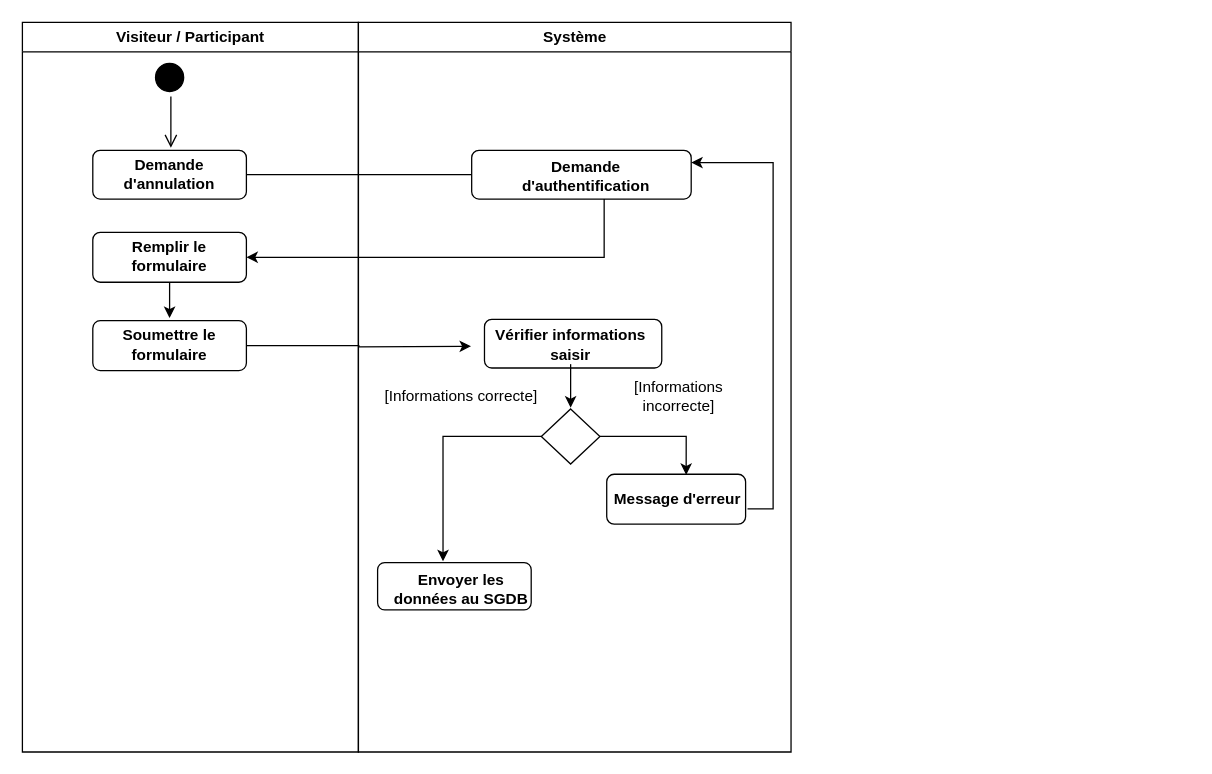
The draw.io diagram act4.drawio in louis-fresnel99/TpGasaL1, before the edit. Source tidied: cells renumbered, new cells numbered last; positions are measured from the earlier drawing's top-left corner, leaving out a move shared by most shapes. Both pictures are drawn from the tidied source at 128%, with x=0, y=0 at pixel (22, 22).
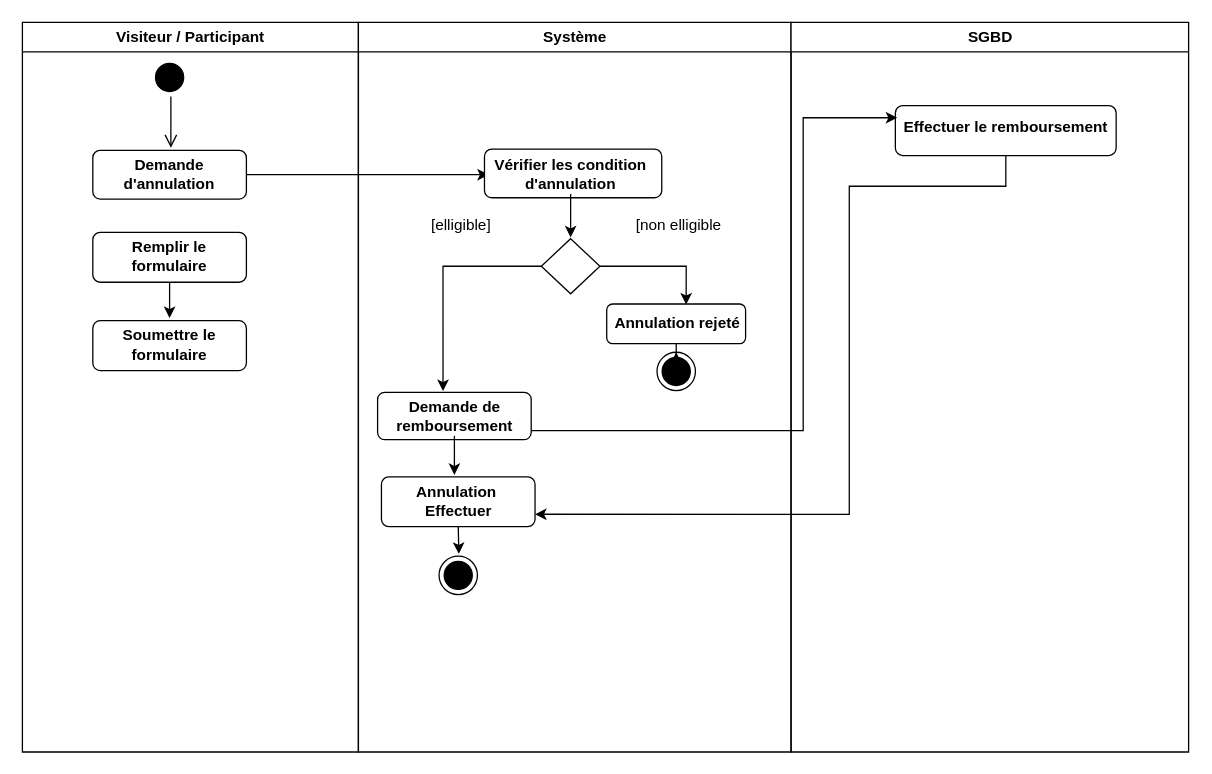
The same page after the edit.

Commit message (it also covers changes not shown here):
Mettre à jour act4.drawio

Unchanged cells that the change refers to:
```xml
<mxCell id="2" value="Visiteur / Participant" style="swimlane;whiteSpace=wrap;" parent="1" vertex="1">
  <mxGeometry width="262.5" height="570" as="geometry" />
</mxCell>
<mxCell id="9" style="rounded=1;whiteSpace=wrap;html=1;" parent="2" vertex="1">
  <mxGeometry x="55" y="164" width="120" height="39" as="geometry" />
</mxCell>
<mxCell id="12" style="rounded=1;whiteSpace=wrap;html=1;" parent="2" vertex="1">
  <mxGeometry x="55" y="233" width="120" height="39" as="geometry" />
</mxCell>
<mxCell id="14" value="Système" style="swimlane;whiteSpace=wrap;" parent="1" vertex="1">
  <mxGeometry x="262.5" width="338" height="570" as="geometry" />
</mxCell>
```

Diff of the diagram source:
```diff
@@
-    <mxCell id="11" style="edgeStyle=orthogonalEdgeStyle;rounded=0;jettySize=auto;html=1;" parent="2" edge="1" source="12">
-      <mxGeometry relative="1" as="geometry">
-        <mxPoint x="350.5" y="253" as="targetPoint" />
-      </mxGeometry>
-    </mxCell>
@@
-    <mxCell id="15" style="rounded=1;whiteSpace=wrap;html=1;" parent="14" vertex="1">
-      <mxGeometry x="88.5" y="100" width="171.5" height="38" as="geometry" />
-    </mxCell>
-    <mxCell id="16" value="&lt;b&gt;Demande d'authentification&lt;/b&gt;" style="text;html=1;align=center;verticalAlign=middle;whiteSpace=wrap;rounded=0;" parent="14" vertex="1">
-      <mxGeometry x="115.5" y="105" width="124.5" height="30" as="geometry" />
-    </mxCell>
     <mxCell id="17" style="rounded=1;whiteSpace=wrap;html=1;" parent="14" vertex="1">
-      <mxGeometry x="98.5" y="232" width="138.5" height="38" as="geometry" />
+      <mxGeometry x="98.5" y="99" width="138.5" height="38" as="geometry" />
     </mxCell>
     <mxCell id="18" style="edgeStyle=orthogonalEdgeStyle;rounded=0;jettySize=auto;html=1;" parent="14" edge="1" source="19">
       <mxGeometry relative="1" as="geometry">
-        <mxPoint x="165.8" y="301" as="targetPoint" />
+        <mxPoint x="165.8" y="168" as="targetPoint" />
       </mxGeometry>
     </mxCell>
-    <mxCell id="19" value="&lt;b&gt;Vérifier informations saisir&lt;/b&gt;" style="text;html=1;align=center;verticalAlign=middle;whiteSpace=wrap;rounded=0;" parent="14" vertex="1">
-      <mxGeometry x="103.5" y="237" width="124.5" height="30" as="geometry" />
+    <mxCell id="19" value="&lt;b&gt;Vérifier les condition d'annulation&lt;/b&gt;" style="text;html=1;align=center;verticalAlign=middle;whiteSpace=wrap;rounded=0;" parent="14" vertex="1">
+      <mxGeometry x="103.5" y="104" width="124.5" height="30" as="geometry" />
     </mxCell>
@@
     <mxCell id="21" style="rhombus;whiteSpace=wrap;html=1;" parent="14" vertex="1">
-      <mxGeometry x="142.9" y="302" width="45.8" height="43" as="geometry" />
+      <mxGeometry x="142.9" y="169" width="45.8" height="43" as="geometry" />
     </mxCell>
     <mxCell id="22" style="rounded=1;whiteSpace=wrap;html=1;" parent="14" vertex="1">
-      <mxGeometry x="194" y="353" width="108.5" height="39" as="geometry" />
+      <mxGeometry x="194" y="220" width="108.5" height="31" as="geometry" />
     </mxCell>
@@
-    <mxCell id="24" style="edgeStyle=orthogonalEdgeStyle;rounded=0;jettySize=auto;html=1;entryX=1;entryY=0.25;entryDx=0;entryDy=0;exitX=1;exitY=0.75;exitDx=0;exitDy=0;" parent="14" edge="1" source="25" target="15">
-      <mxGeometry relative="1" as="geometry" />
-    </mxCell>
-    <mxCell id="25" value="&lt;b&gt;Message d'erreur&lt;/b&gt;" style="text;html=1;align=center;verticalAlign=middle;whiteSpace=wrap;rounded=0;" parent="14" vertex="1">
-      <mxGeometry x="194" y="357.5" width="110" height="30" as="geometry" />
+    <mxCell id="25" value="&lt;b&gt;Annulation rejeté&lt;/b&gt;" style="text;html=1;align=center;verticalAlign=middle;whiteSpace=wrap;rounded=0;" parent="14" vertex="1">
+      <mxGeometry x="194" y="219.5" width="110" height="30" as="geometry" />
     </mxCell>
-    <mxCell id="26" value="[Informations correcte]" style="text;html=1;align=center;verticalAlign=middle;whiteSpace=wrap;rounded=0;" parent="14" vertex="1">
-      <mxGeometry x="18" y="277" width="124" height="30" as="geometry" />
+    <mxCell id="26" value="[elligible]" style="text;html=1;align=center;verticalAlign=middle;whiteSpace=wrap;rounded=0;" parent="14" vertex="1">
+      <mxGeometry x="18" y="144" width="124" height="30" as="geometry" />
     </mxCell>
-    <mxCell id="27" value="[Informations incorrecte]" style="text;html=1;align=center;verticalAlign=middle;whiteSpace=wrap;rounded=0;" parent="14" vertex="1">
-      <mxGeometry x="188.6" y="277" width="124" height="30" as="geometry" />
+    <mxCell id="27" value="[non elligible" style="text;html=1;align=center;verticalAlign=middle;whiteSpace=wrap;rounded=0;" parent="14" vertex="1">
+      <mxGeometry x="188.6" y="144" width="124" height="30" as="geometry" />
     </mxCell>
     <mxCell id="28" style="rounded=1;whiteSpace=wrap;html=1;" parent="14" vertex="1">
-      <mxGeometry x="15" y="422" width="120" height="37" as="geometry" />
+      <mxGeometry x="15" y="289" width="120" height="37" as="geometry" />
     </mxCell>
+    <mxCell id="31" style="edgeStyle=orthogonalEdgeStyle;rounded=0;jettySize=auto;html=1;" parent="14" edge="1" source="29">
+      <mxGeometry relative="1" as="geometry">
+        <mxPoint x="75" y="353.5" as="targetPoint" />
+      </mxGeometry>
+    </mxCell>
-    <mxCell id="29" value="&lt;b&gt;Envoyer les données au SGDB&lt;/b&gt;" style="text;html=1;align=center;verticalAlign=middle;whiteSpace=wrap;rounded=0;" parent="14" vertex="1">
-      <mxGeometry x="25" y="428" width="110" height="30" as="geometry" />
+    <mxCell id="29" value="&lt;b&gt;Demande de remboursement&lt;/b&gt;" style="text;html=1;align=center;verticalAlign=middle;whiteSpace=wrap;rounded=0;" parent="14" vertex="1">
+      <mxGeometry x="20" y="293" width="110" height="30" as="geometry" />
     </mxCell>
-    <mxCell id="30" style="edgeStyle=orthogonalEdgeStyle;rounded=0;jettySize=auto;html=1;entryX=1;entryY=0.5;entryDx=0;entryDy=0;" parent="1" edge="1" source="15" target="9">
-      <mxGeometry relative="1" as="geometry">
-        <Array as="points">
-          <mxPoint x="454.5" y="183" />
-        </Array>
-      </mxGeometry>
-    </mxCell>
+    <mxCell id="32" style="edgeStyle=orthogonalEdgeStyle;rounded=0;jettySize=auto;html=1;exitX=0.5;exitY=1;exitDx=0;exitDy=0;" parent="14" edge="1" source="33">
+      <mxGeometry relative="1" as="geometry">
+        <mxPoint x="78.5" y="415.2" as="targetPoint" />
+      </mxGeometry>
+    </mxCell>
+    <mxCell id="33" style="rounded=1;whiteSpace=wrap;html=1;" parent="14" vertex="1">
+      <mxGeometry x="18" y="355" width="120" height="39" as="geometry" />
+    </mxCell>
+    <mxCell id="34" value="&lt;b&gt;Annulation&amp;nbsp;&lt;/b&gt;&lt;div&gt;&lt;b&gt;Effectuer&lt;/b&gt;&lt;/div&gt;" style="text;html=1;align=center;verticalAlign=middle;whiteSpace=wrap;rounded=0;" parent="14" vertex="1">
+      <mxGeometry x="23" y="359" width="110" height="30" as="geometry" />
+    </mxCell>
+    <mxCell id="35" style="ellipse;html=1;shape=endState;fillColor=#000000;strokeColor=#000000;" parent="14" vertex="1">
+      <mxGeometry x="63" y="417" width="30" height="30" as="geometry" />
+    </mxCell>
+    <mxCell id="36" value="SGBD" style="swimlane;whiteSpace=wrap;" parent="1" vertex="1">
+      <mxGeometry x="600.5" width="310.6" height="570" as="geometry" />
+    </mxCell>
+    <mxCell id="37" style="rounded=1;whiteSpace=wrap;html=1;" parent="36" vertex="1">
+      <mxGeometry x="81.5" y="65" width="172.5" height="39" as="geometry" />
+    </mxCell>
+    <mxCell id="38" value="&lt;b&gt;Effectuer le remboursement&lt;/b&gt;" style="text;html=1;align=center;verticalAlign=middle;whiteSpace=wrap;rounded=0;" parent="36" vertex="1">
+      <mxGeometry x="83" y="67" width="168.5" height="30" as="geometry" />
+    </mxCell>
+    <mxCell id="39" style="edgeStyle=orthogonalEdgeStyle;rounded=0;jettySize=auto;html=1;entryX=0;entryY=0.25;entryDx=0;entryDy=0;" parent="1" edge="1" source="28" target="38">
+      <mxGeometry relative="1" as="geometry">
+        <Array as="points">
+          <mxPoint x="610" y="319" />
+          <mxPoint x="610" y="75" />
+        </Array>
+      </mxGeometry>
+    </mxCell>
+    <mxCell id="40" style="edgeStyle=orthogonalEdgeStyle;rounded=0;jettySize=auto;html=1;entryX=1;entryY=0.75;entryDx=0;entryDy=0;" parent="1" edge="1" source="37" target="33">
+      <mxGeometry relative="1" as="geometry">
+        <Array as="points">
+          <mxPoint x="768" y="128" />
+          <mxPoint x="646" y="128" />
+          <mxPoint x="646" y="384" />
+        </Array>
+      </mxGeometry>
+    </mxCell>
+    <mxCell id="41" style="ellipse;html=1;shape=endState;fillColor=#000000;strokeColor=#000000;" parent="1" vertex="1">
+      <mxGeometry x="495.8" y="257.7" width="30" height="30" as="geometry" />
+    </mxCell>
+    <mxCell id="42" style="edgeStyle=orthogonalEdgeStyle;rounded=0;jettySize=auto;html=1;" parent="1" edge="1" source="22" target="41">
+      <mxGeometry relative="1" as="geometry" />
+    </mxCell>
```
